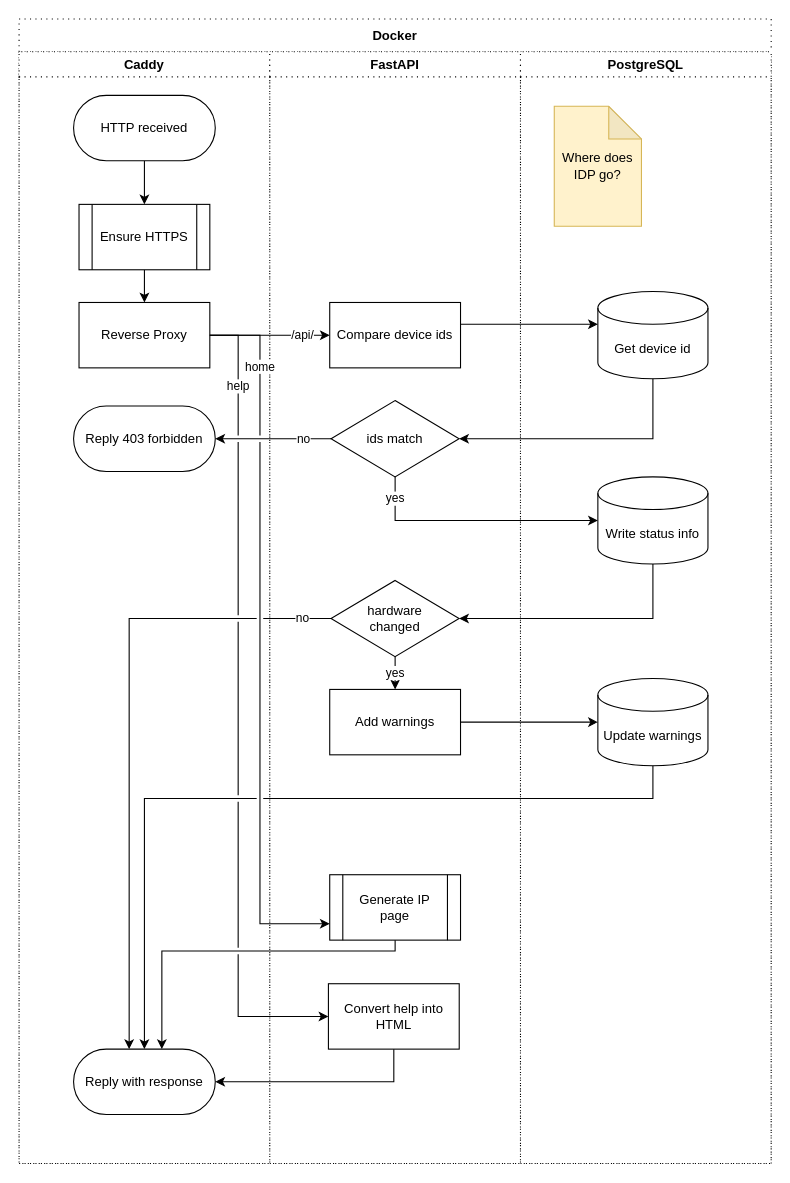
This is docs/diagrams/server-arch.drawio from B-McDonnell/autopi, a draw.io file, before an edit. Source tidied: cells renumbered, new cells numbered last; positions are measured from the earlier drawing's top-left corner, leaving out a move shared by most shapes. Both pictures are drawn from the tidied source at 109%, with x=0, y=0 at pixel (19, 19).
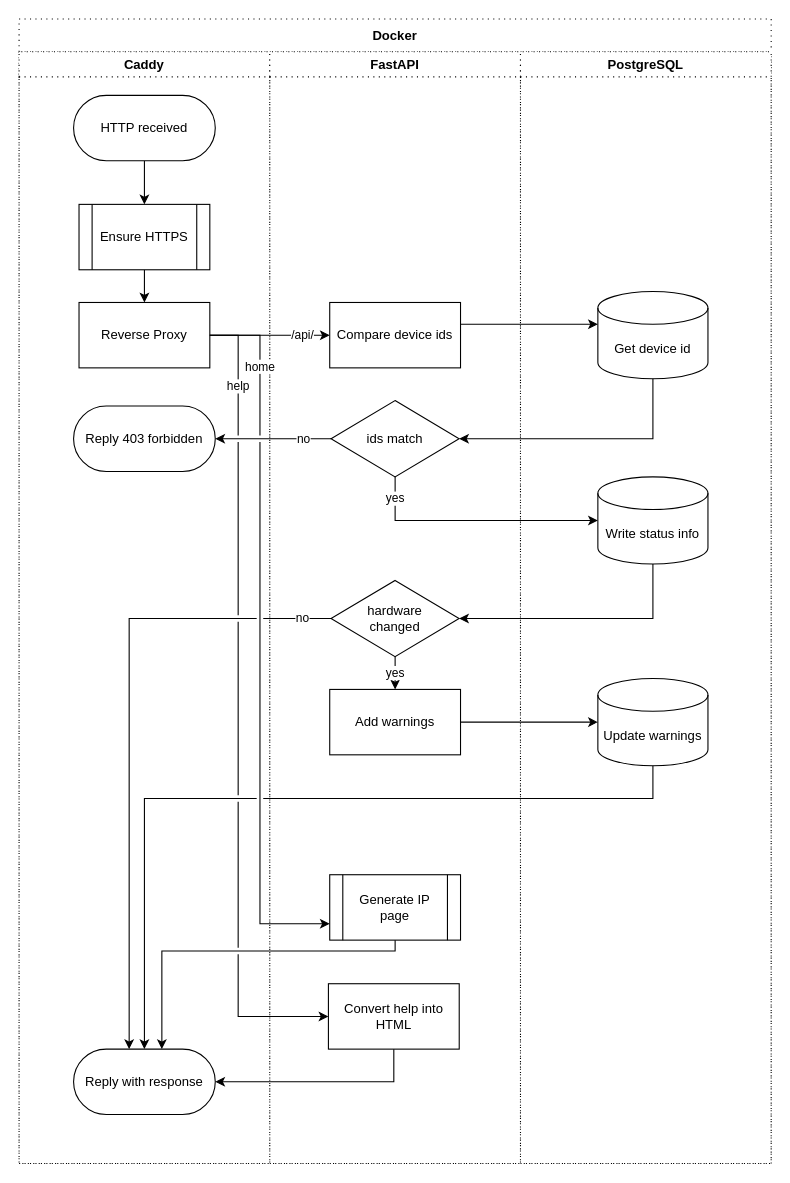
After the change.

Commit message:
remove IDP sticky note

Unchanged cells that the change refers to:
```xml
<mxCell id="19" value="PostgreSQL" style="swimlane;dashed=1;dashPattern=1 4;" parent="2" vertex="1">
  <mxGeometry x="460" y="30" width="230" height="1020" as="geometry" />
</mxCell>
```

What changed in the source:
```diff
@@
-    <mxCell id="23" value="Where does IDP go?" style="shape=note;whiteSpace=wrap;html=1;backgroundOutline=1;darkOpacity=0.05;strokeColor=#d6b656;fillColor=#fff2cc;" parent="19" vertex="1">
-      <mxGeometry x="31" y="50" width="80" height="110" as="geometry" />
-    </mxCell>
```
